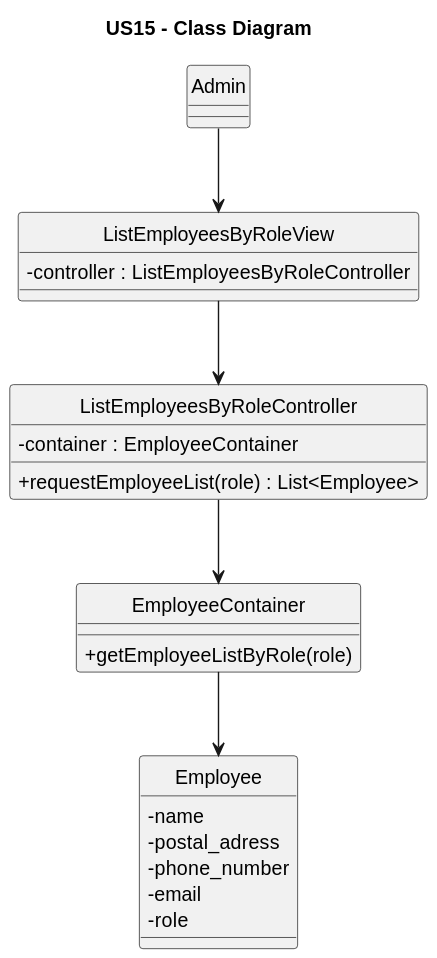
Before: docs/Sprint2/US15/svg/US15-CD.svg, a diagram exported from PlantUML (Parafita123/leti-esoft-25-26-B1). The source it was exported from:
```plantuml
@startuml
title US15 - Class Diagram

hide circle
skinparam classAttributeIconSize 0


class Admin


class Employee {
  - name
  - postal_adress
  - phone_number
  - email
  - role
}

class EmployeeContainer {
  +getEmployeeListByRole(role)
}

class ListEmployeesByRoleView{
  -controller : ListEmployeesByRoleController
}
class ListEmployeesByRoleController{
  -container : EmployeeContainer
  +requestEmployeeList(role) : List<Employee>
}

Admin --> ListEmployeesByRoleView
ListEmployeesByRoleView --> ListEmployeesByRoleController
ListEmployeesByRoleController --> EmployeeContainer
EmployeeContainer --> Employee
@enduml
```
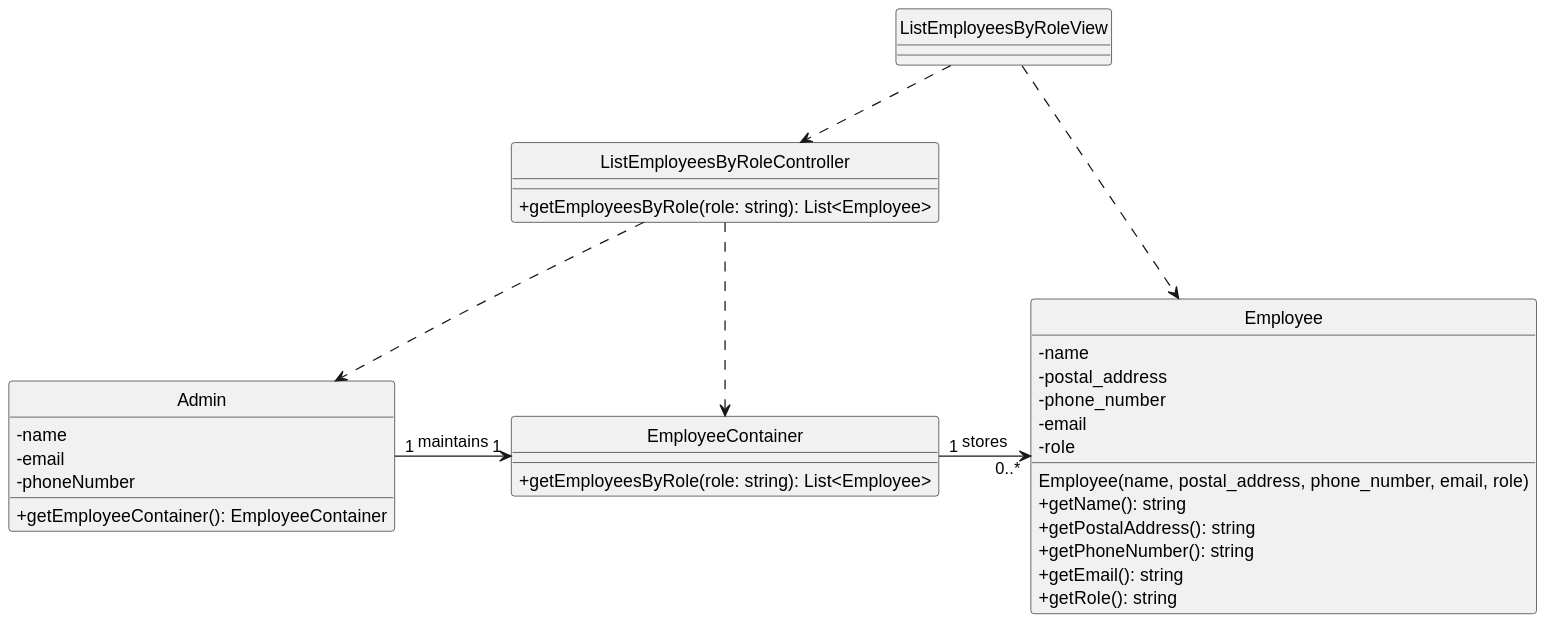
The same diagram one commit later.

Change to the diagram source:
```diff
@@ -1,35 +1,45 @@
 @startuml
-title US15 - Class Diagram
 
 hide circle
 skinparam classAttributeIconSize 0
 
+class ListEmployeesByRoleView {
+}
 
-class Admin
+class ListEmployeesByRoleController {
+    +getEmployeesByRole(role: string): List<Employee>
+}
 
-
-class Employee {
-  - name
-  - postal_adress
-  - phone_number
-  - email
-  - role
+class Admin {
+    - name
+    - email
+    - phoneNumber
+    +getEmployeeContainer(): EmployeeContainer
 }
 
 class EmployeeContainer {
-  +getEmployeeListByRole(role)
+    +getEmployeesByRole(role: string): List<Employee>
 }
 
-class ListEmployeesByRoleView{
-  -controller : ListEmployeesByRoleController
-}
-class ListEmployeesByRoleController{
-  -container : EmployeeContainer
-  +requestEmployeeList(role) : List<Employee>
+class Employee {
+    - name
+    - postal_address
+    - phone_number
+    - email
+    - role
+    Employee(name, postal_address, phone_number, email, role)
+    +getName(): string
+    +getPostalAddress(): string
+    +getPhoneNumber(): string
+    +getEmail(): string
+    +getRole(): string
 }
 
-Admin --> ListEmployeesByRoleView
-ListEmployeesByRoleView --> ListEmployeesByRoleController
-ListEmployeesByRoleController --> EmployeeContainer
-EmployeeContainer --> Employee
+Admin "1" -right-> "1" EmployeeContainer : maintains
+EmployeeContainer "1" -right-> "0..*" Employee : stores
+
+ListEmployeesByRoleView ..> ListEmployeesByRoleController
+ListEmployeesByRoleView ..> Employee
+ListEmployeesByRoleController ..> Admin
+ListEmployeesByRoleController ..> EmployeeContainer
 @enduml
```
